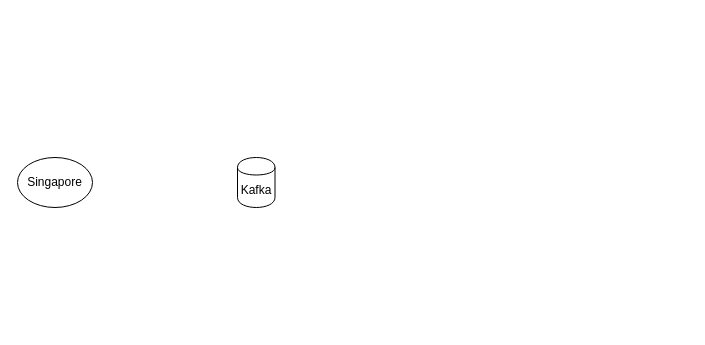
This is Untitled Diagram.drawio from nedijahij/springboot-kafka-example, a draw.io file, before an edit. Source tidied: cells renumbered, new cells numbered last; positions are measured from the earlier drawing's top-left corner, leaving out a move shared by most shapes. Both pictures are drawn from the tidied source at 100%, with x=0, y=0 at pixel (17, 157).
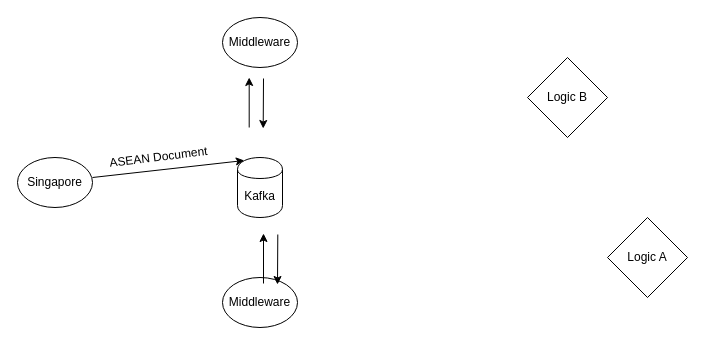
The same page after the edit.

Diff of the diagram source:
```diff
@@
     <mxCell id="3" value="Kafka" style="shape=cylinder;whiteSpace=wrap;html=1;boundedLbl=1;backgroundOutline=1;" parent="1" vertex="1">
-      <mxGeometry x="220" width="37.5" height="50" as="geometry" />
+      <mxGeometry x="220" width="45" height="60" as="geometry" />
     </mxCell>
+    <mxCell id="4" value="&lt;div&gt;Middleware&lt;/div&gt;" style="ellipse;whiteSpace=wrap;html=1;" parent="1" vertex="1">
+      <mxGeometry x="205" y="-140" width="75" height="50" as="geometry" />
+    </mxCell>
+    <mxCell id="5" style="group;" parent="1" vertex="1">
+      <mxGeometry x="75" y="20" as="geometry" />
+    </mxCell>
+    <mxCell id="6" style="endArrow=classic;html=1;entryX=0.15;entryY=0.05;entryDx=0;entryDy=0;entryPerimeter=0;" parent="5" edge="1" target="3">
+      <mxGeometry relative="1" as="geometry">
+        <mxPoint as="sourcePoint" />
+      </mxGeometry>
+    </mxCell>
+    <mxCell id="7" value="&lt;div&gt;ASEAN Document&lt;/div&gt;" style="text;html=1;align=center;verticalAlign=middle;labelBackgroundColor=#ffffff;rotation=353;" parent="6" vertex="1">
+      <mxGeometry x="-0.76" y="2" relative="1" as="geometry">
+        <mxPoint x="47.3" y="-16" as="offset" />
+      </mxGeometry>
+    </mxCell>
+    <mxCell id="8" value="&lt;div&gt;Logic A&lt;/div&gt;" style="rhombus;whiteSpace=wrap;html=1;" parent="1" vertex="1">
+      <mxGeometry x="590" y="60" width="80" height="80" as="geometry" />
+    </mxCell>
+    <mxCell id="9" value="&lt;div&gt;Logic B&lt;/div&gt;" style="rhombus;whiteSpace=wrap;html=1;" parent="1" vertex="1">
+      <mxGeometry x="510" y="-100" width="80" height="80" as="geometry" />
+    </mxCell>
+    <mxCell id="10" value="&lt;div&gt;Middleware&lt;/div&gt;" style="ellipse;whiteSpace=wrap;html=1;" parent="1" vertex="1">
+      <mxGeometry x="205" y="120" width="75" height="50" as="geometry" />
+    </mxCell>
+    <mxCell id="11" style="group;" parent="1" vertex="1">
+      <mxGeometry x="231.7" y="-80" width="14.3" height="51" as="geometry" />
+    </mxCell>
+    <mxCell id="12" style="endArrow=classic;html=1;" parent="11" edge="1">
+      <mxGeometry relative="1" as="geometry">
+        <mxPoint y="50" as="sourcePoint" />
+        <mxPoint as="targetPoint" />
+      </mxGeometry>
+    </mxCell>
+    <mxCell id="13" style="endArrow=classic;html=1;" parent="11" edge="1">
+      <mxGeometry relative="1" as="geometry">
+        <mxPoint x="14.3" y="1" as="sourcePoint" />
+        <mxPoint x="14" y="51" as="targetPoint" />
+      </mxGeometry>
+    </mxCell>
+    <mxCell id="14" style="group;" parent="1" vertex="1">
+      <mxGeometry x="246" y="76" width="14.3" height="51" as="geometry" />
+    </mxCell>
+    <mxCell id="15" style="endArrow=classic;html=1;" parent="14" edge="1">
+      <mxGeometry relative="1" as="geometry">
+        <mxPoint y="50" as="sourcePoint" />
+        <mxPoint as="targetPoint" />
+      </mxGeometry>
+    </mxCell>
+    <mxCell id="16" style="endArrow=classic;html=1;" parent="14" edge="1">
+      <mxGeometry relative="1" as="geometry">
+        <mxPoint x="14.3" y="1" as="sourcePoint" />
+        <mxPoint x="14" y="51" as="targetPoint" />
+      </mxGeometry>
+    </mxCell>
```
